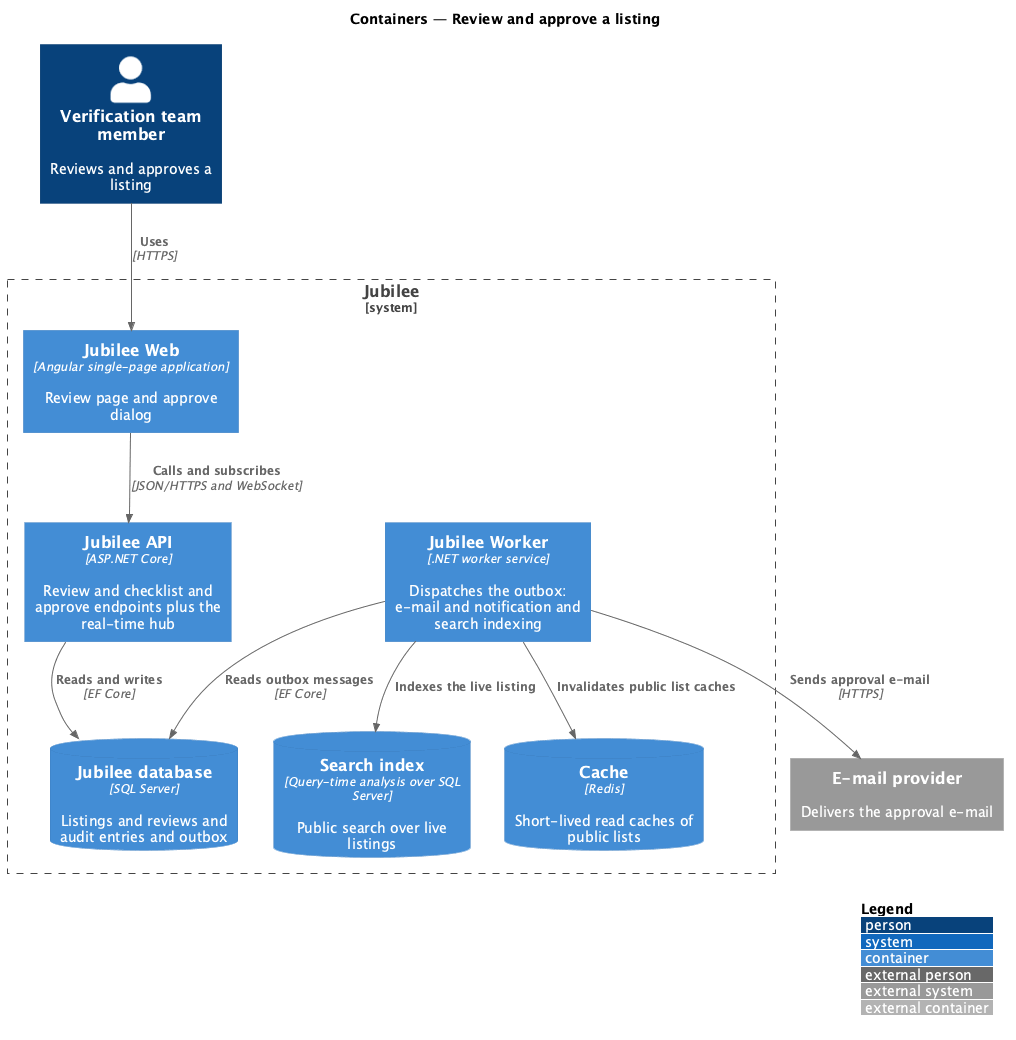
Before: docs/detailed-designs/moderation/take-down-listing/diagrams/c4-container.png, a diagram exported from PlantUML (QuinntyneBrown/jubilee). The source it was exported from:
```plantuml
@startuml
!include <C4/C4_Container>
LAYOUT_WITH_LEGEND()
title Containers — Review and approve a listing
Person(verifier, "Verification team member", "Reviews and approves a listing")
System_Boundary(jubilee, "Jubilee") {
  Container(web, "Jubilee Web", "Angular single-page application", "Review page and approve dialog")
  Container(api, "Jubilee API", "ASP.NET Core", "Review and checklist and approve endpoints plus the real-time hub")
  Container(worker, "Jubilee Worker", ".NET worker service", "Dispatches the outbox: e-mail and notification and search indexing")
  ContainerDb(db, "Jubilee database", "SQL Server", "Listings and reviews and audit entries and outbox")
  ContainerDb(search, "Search index", "Query-time analysis over SQL Server", "Public search over live listings")
  ContainerDb(cache, "Cache", "Redis", "Short-lived read caches of public lists")
}
System_Ext(email, "E-mail provider", "Delivers the approval e-mail")

Rel(verifier, web, "Uses", "HTTPS")
Rel(web, api, "Calls and subscribes", "JSON/HTTPS and WebSocket")
Rel(api, db, "Reads and writes", "EF Core")
Rel(worker, db, "Reads outbox messages", "EF Core")
Rel(worker, search, "Indexes the live listing")
Rel(worker, cache, "Invalidates public list caches")
Rel(worker, email, "Sends approval e-mail", "HTTPS")
@enduml
```
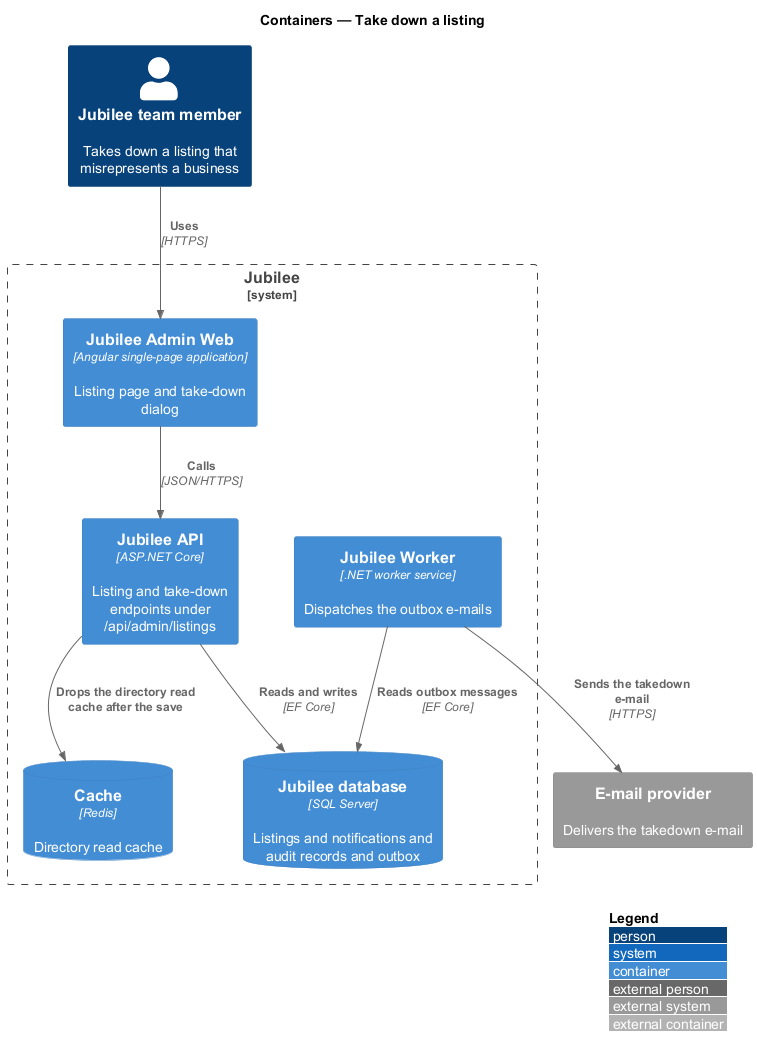
After the change.

Diff of the diagram source:
```diff
@@ -1,23 +1,21 @@
 @startuml
 !include <C4/C4_Container>
 LAYOUT_WITH_LEGEND()
-title Containers — Review and approve a listing
-Person(verifier, "Verification team member", "Reviews and approves a listing")
+title Containers — Take down a listing
+Person(moderator, "Jubilee team member", "Takes down a listing that misrepresents a business")
 System_Boundary(jubilee, "Jubilee") {
-  Container(web, "Jubilee Web", "Angular single-page application", "Review page and approve dialog")
-  Container(api, "Jubilee API", "ASP.NET Core", "Review and checklist and approve endpoints plus the real-time hub")
-  Container(worker, "Jubilee Worker", ".NET worker service", "Dispatches the outbox: e-mail and notification and search indexing")
-  ContainerDb(db, "Jubilee database", "SQL Server", "Listings and reviews and audit entries and outbox")
-  ContainerDb(search, "Search index", "Query-time analysis over SQL Server", "Public search over live listings")
-  ContainerDb(cache, "Cache", "Redis", "Short-lived read caches of public lists")
+  Container(web, "Jubilee Admin Web", "Angular single-page application", "Listing page and take-down dialog")
+  Container(api, "Jubilee API", "ASP.NET Core", "Listing and take-down endpoints under /api/admin/listings")
+  Container(worker, "Jubilee Worker", ".NET worker service", "Dispatches the outbox e-mails")
+  ContainerDb(db, "Jubilee database", "SQL Server", "Listings and notifications and audit records and outbox")
+  ContainerDb(cache, "Cache", "Redis", "Directory read cache")
 }
-System_Ext(email, "E-mail provider", "Delivers the approval e-mail")
+System_Ext(email, "E-mail provider", "Delivers the takedown e-mail")
 
-Rel(verifier, web, "Uses", "HTTPS")
-Rel(web, api, "Calls and subscribes", "JSON/HTTPS and WebSocket")
+Rel(moderator, web, "Uses", "HTTPS")
+Rel(web, api, "Calls", "JSON/HTTPS")
 Rel(api, db, "Reads and writes", "EF Core")
+Rel(api, cache, "Drops the directory read cache after the save")
 Rel(worker, db, "Reads outbox messages", "EF Core")
-Rel(worker, search, "Indexes the live listing")
-Rel(worker, cache, "Invalidates public list caches")
-Rel(worker, email, "Sends approval e-mail", "HTTPS")
+Rel(worker, email, "Sends the takedown e-mail", "HTTPS")
 @enduml
```
